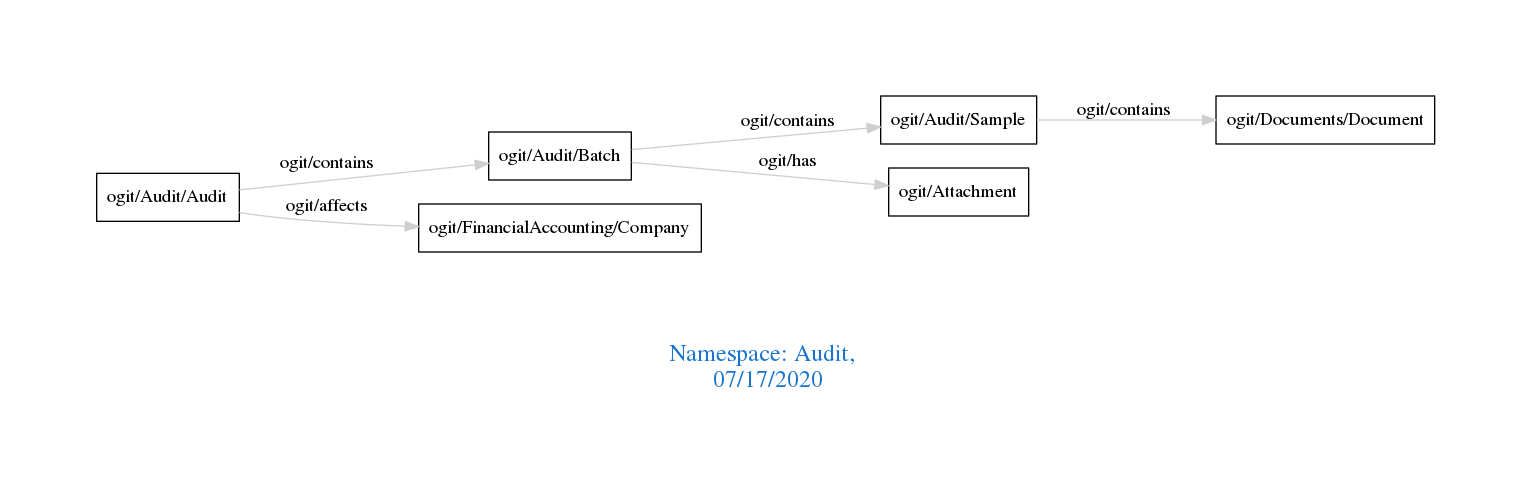
Above: downloads/Audit.png in arago/OGIT (Graphviz), before the change. Its source is kept beside it as downloads/Audit.dot.
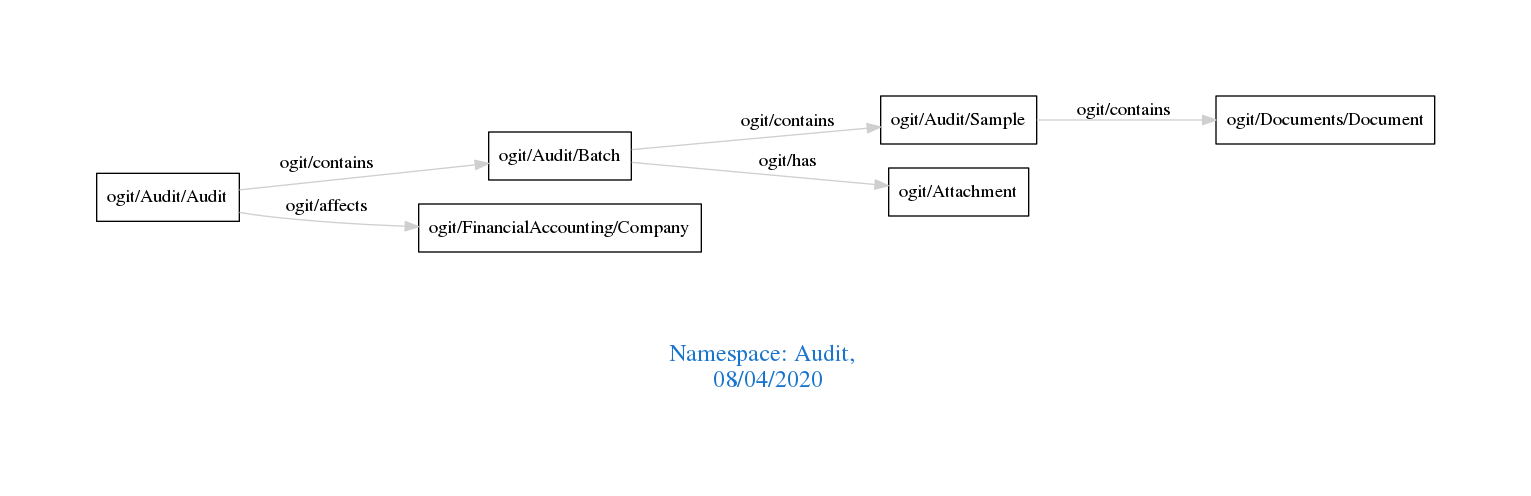
The same diagram one commit later.

The edit, as a diff of the source:
```diff
@@ -1,7 +1,7 @@
 digraph OGIT_ontology {
  graph [ rankdir= LR,pad=1
 fontsize = 18,
-fontcolor= dodgerblue3,label = "\n\n\nNamespace: Audit, \n 07/17/2020"];
+fontcolor= dodgerblue3,label = "\n\n\nNamespace: Audit, \n 08/04/2020"];
 node[shape=polygon];
 edge [  color="gray81"];
 
```
